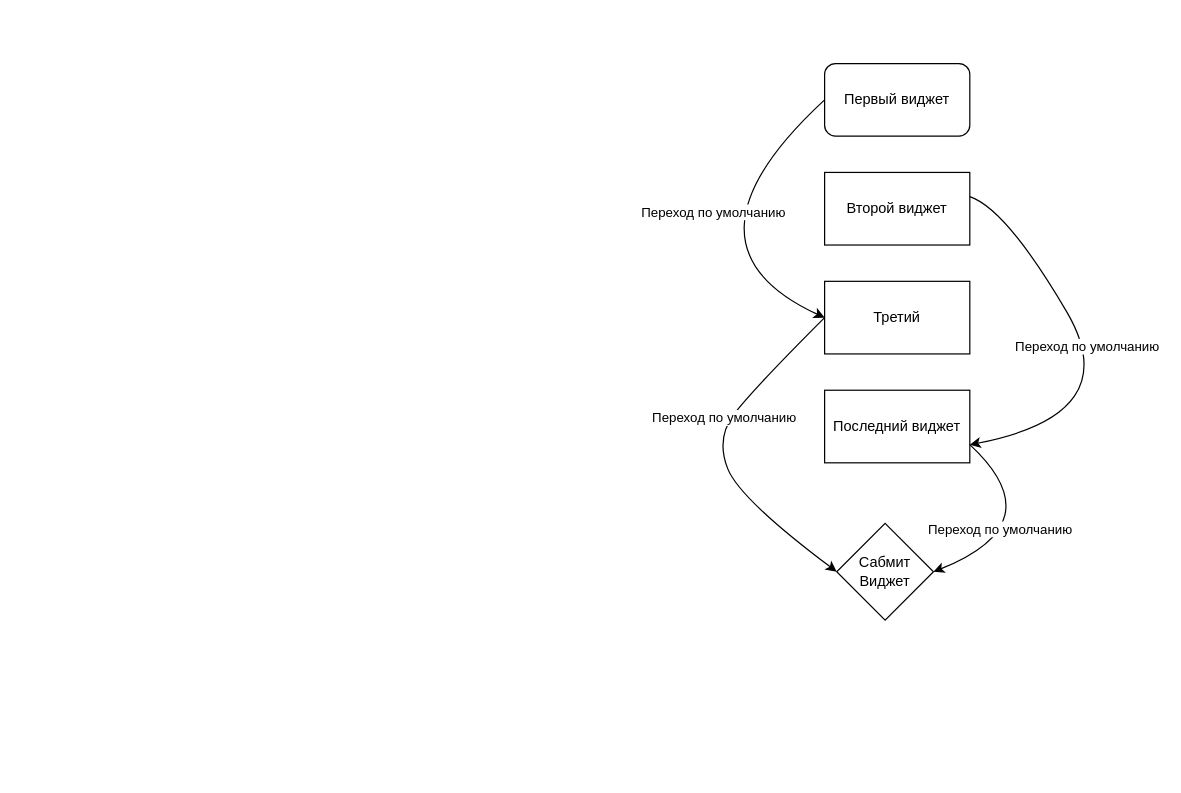
Before: Диаграмма без названия.drawio in Turan141/yakutsk, a draw.io diagram. Source tidied: cells renumbered, new cells numbered last; positions are measured from the earlier drawing's top-left corner, leaving out a move shared by most shapes. Both pictures are drawn from the tidied source at 121%, with x=0, y=0 at pixel (667, 63).
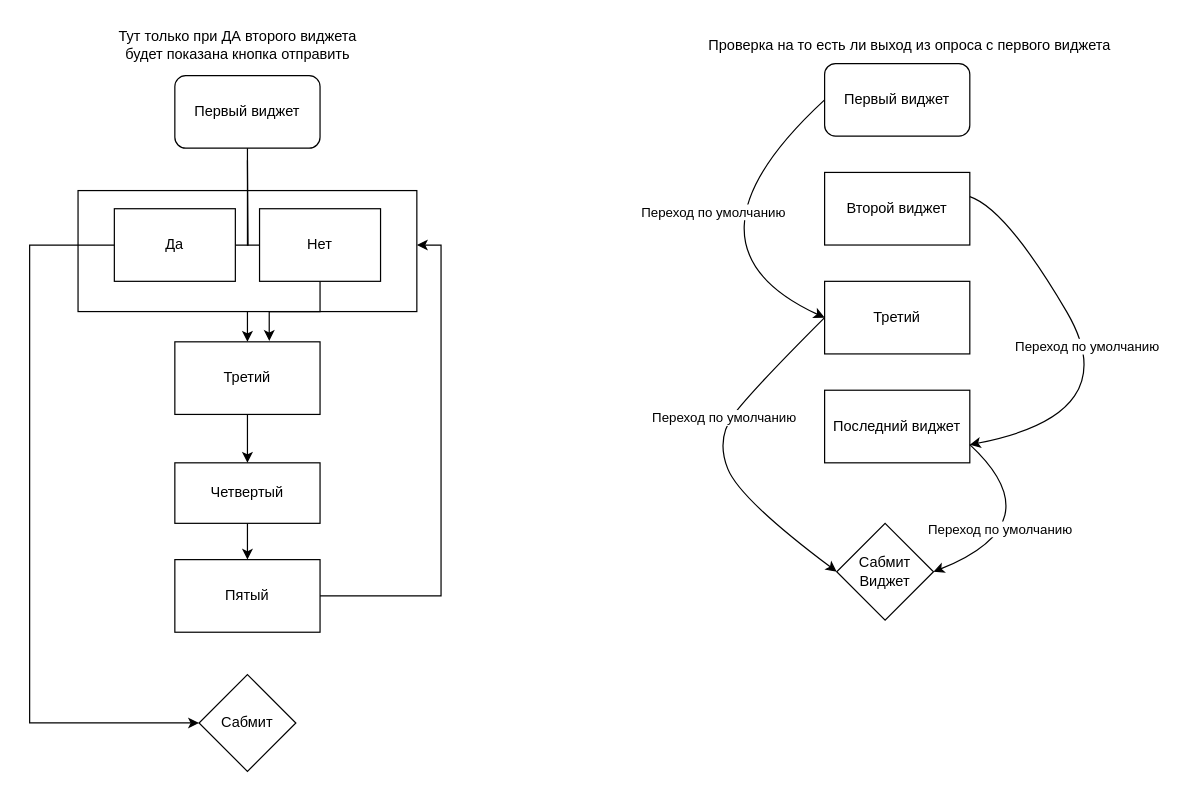
Above is the later version.

The edit, as a diff of the source:
```diff
@@
+    <mxCell id="14" style="edgeStyle=orthogonalEdgeStyle;rounded=0;jettySize=auto;html=1;" parent="1" edge="1" source="15" target="20">
+      <mxGeometry relative="1" as="geometry" />
+    </mxCell>
+    <mxCell id="15" style="rounded=0;whiteSpace=wrap;html=1;" parent="1" vertex="1">
+      <mxGeometry x="-487" y="105" width="280" height="100" as="geometry" />
+    </mxCell>
@@
+    <mxCell id="16" value="Первый виджет" style="rounded=1;whiteSpace=wrap;html=1;" parent="1" vertex="1">
+      <mxGeometry x="-407" y="10" width="120" height="60" as="geometry" />
+    </mxCell>
+    <mxCell id="17" style="edgeStyle=orthogonalEdgeStyle;rounded=0;jettySize=auto;html=1;" parent="1" edge="1" source="18" target="28">
+      <mxGeometry relative="1" as="geometry" />
+    </mxCell>
+    <mxCell id="18" value="Четвертый" style="rounded=0;whiteSpace=wrap;html=1;" parent="1" vertex="1">
+      <mxGeometry x="-407" y="330" width="120" height="50" as="geometry" />
+    </mxCell>
+    <mxCell id="19" style="edgeStyle=orthogonalEdgeStyle;rounded=0;jettySize=auto;html=1;" parent="1" edge="1" source="20" target="18">
+      <mxGeometry relative="1" as="geometry" />
+    </mxCell>
+    <mxCell id="20" value="Третий" style="rounded=0;whiteSpace=wrap;html=1;" parent="1" vertex="1">
+      <mxGeometry x="-407" y="230" width="120" height="60" as="geometry" />
+    </mxCell>
+    <mxCell id="21" style="edgeStyle=orthogonalEdgeStyle;sourcePerimeterSpacing=0;targetPerimeterSpacing=0;startArrow=none;endArrow=none;rounded=0;targetPortConstraint=eastwest;sourcePortConstraint=northsouth;curved=0;rounded=0;" parent="1" edge="1" target="24">
+      <mxGeometry relative="1" as="geometry">
+        <mxPoint x="-347" y="80" as="sourcePoint" />
+      </mxGeometry>
+    </mxCell>
+    <mxCell id="22" style="edgeStyle=orthogonalEdgeStyle;sourcePerimeterSpacing=0;targetPerimeterSpacing=0;startArrow=none;endArrow=none;rounded=0;targetPortConstraint=eastwest;sourcePortConstraint=northsouth;curved=0;rounded=0;exitX=0.5;exitY=1;exitDx=0;exitDy=0;" parent="1" edge="1" source="16" target="26">
+      <mxGeometry relative="1" as="geometry" />
+    </mxCell>
+    <mxCell id="23" style="edgeStyle=orthogonalEdgeStyle;rounded=0;jettySize=auto;html=1;entryX=0;entryY=0.5;entryDx=0;entryDy=0;" parent="1" edge="1" source="24" target="29">
+      <mxGeometry relative="1" as="geometry">
+        <Array as="points">
+          <mxPoint x="-527" y="150" />
+          <mxPoint x="-527" y="545" />
+        </Array>
+      </mxGeometry>
+    </mxCell>
+    <mxCell id="24" value="Да" style="whiteSpace=wrap;html=1;align=center;verticalAlign=middle;" parent="1" vertex="1">
+      <mxGeometry x="-457" y="120" width="100" height="60" as="geometry" />
+    </mxCell>
+    <mxCell id="25" style="edgeStyle=orthogonalEdgeStyle;rounded=0;jettySize=auto;html=1;entryX=0.65;entryY=-0.012;entryDx=0;entryDy=0;entryPerimeter=0;" parent="1" edge="1" source="26" target="20">
+      <mxGeometry relative="1" as="geometry" />
+    </mxCell>
+    <mxCell id="26" value="Нет" style="whiteSpace=wrap;html=1;align=center;verticalAlign=middle;" parent="1" vertex="1">
+      <mxGeometry x="-337" y="120" width="100" height="60" as="geometry" />
+    </mxCell>
+    <mxCell id="27" style="edgeStyle=orthogonalEdgeStyle;rounded=0;jettySize=auto;html=1;" parent="1" edge="1" source="28">
+      <mxGeometry relative="1" as="geometry">
+        <mxPoint x="-207" y="150" as="targetPoint" />
+        <Array as="points">
+          <mxPoint x="-187" y="440" />
+          <mxPoint x="-187" y="150" />
+          <mxPoint x="-207" y="150" />
+        </Array>
+      </mxGeometry>
+    </mxCell>
+    <mxCell id="28" value="Пятый" style="rounded=0;whiteSpace=wrap;html=1;" parent="1" vertex="1">
+      <mxGeometry x="-407" y="410" width="120" height="60" as="geometry" />
+    </mxCell>
+    <mxCell id="29" value="Сабмит" style="rhombus;whiteSpace=wrap;html=1;" parent="1" vertex="1">
+      <mxGeometry x="-387" y="505" width="80" height="80" as="geometry" />
+    </mxCell>
+    <mxCell id="30" value="&amp;nbsp;Тут только при ДА второго виджета&lt;br&gt;&amp;nbsp;будет показана кнопка отправить" style="text;html=1;align=center;verticalAlign=middle;strokeColor=none;fillColor=none;" parent="1" vertex="1">
+      <mxGeometry x="-467" y="-35" width="220" height="40" as="geometry" />
+    </mxCell>
+    <mxCell id="31" value="Проверка на то есть ли выход из опроса с первого виджета&lt;br&gt;" style="text;html=1;align=center;verticalAlign=middle;strokeColor=none;fillColor=none;" parent="1" vertex="1">
+      <mxGeometry x="20" y="-30" width="360" height="30" as="geometry" />
+    </mxCell>
```
